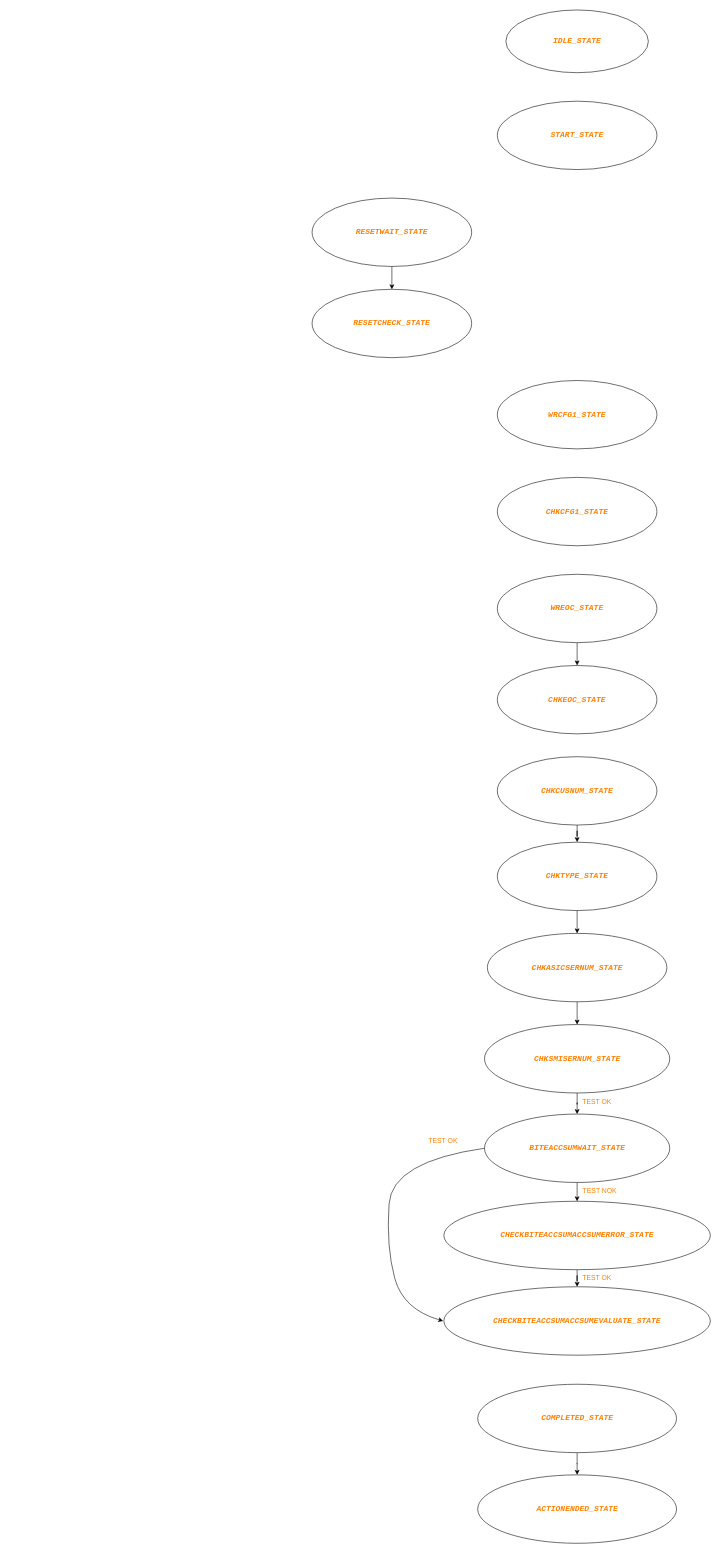
Earlier version of the draw.io diagram smi8xx_staction.drawio (woshitanwang/pics_procdure). Source tidied: cells renumbered, new cells numbered last; positions are measured from the earlier drawing's top-left corner, leaving out a move shared by most shapes. Both pictures are drawn from the tidied source at 57%, with x=0, y=0 at pixel (312, 10).
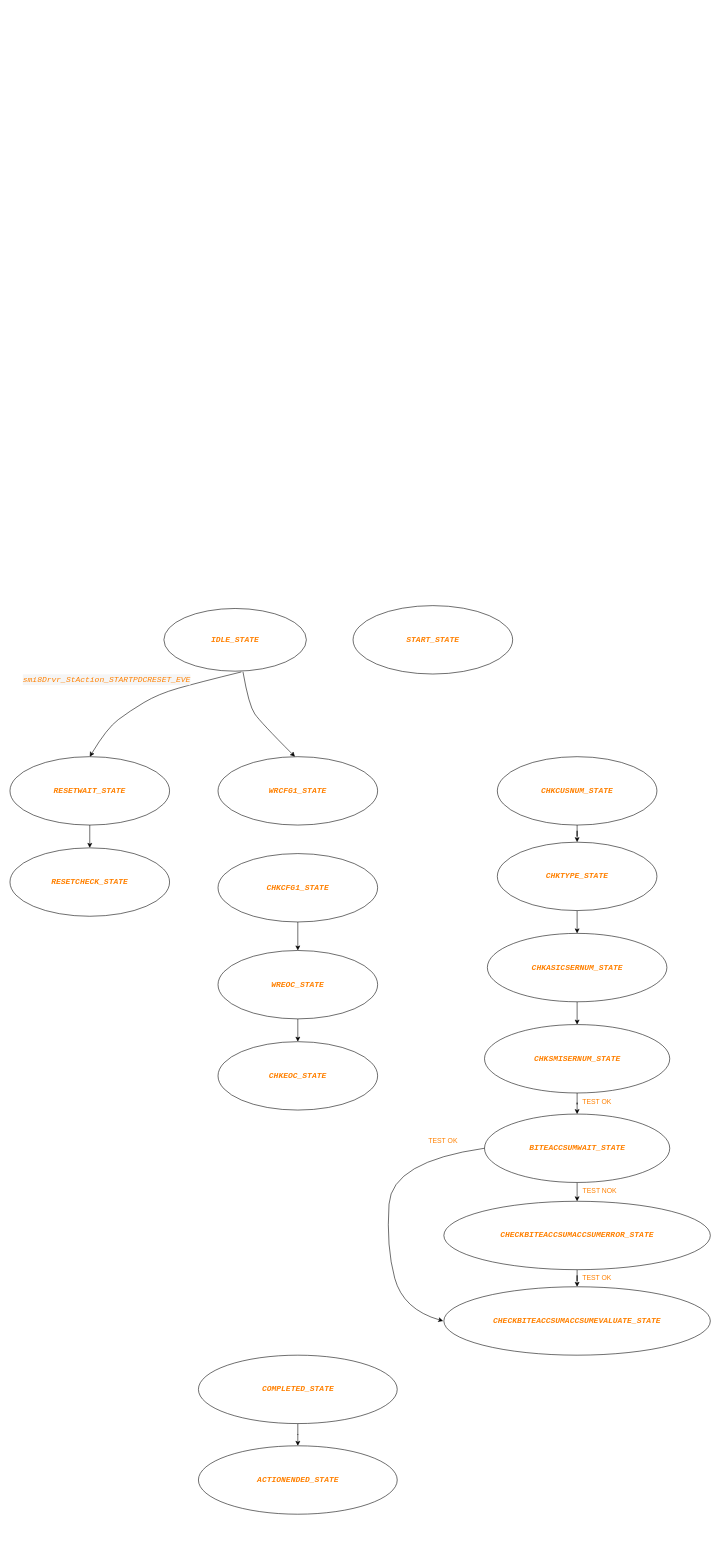
The same page after the edit.

Change to the diagram source:
```diff
@@
     <mxCell id="2" value="&lt;p style=&quot;font-family: &amp;#34;consolas&amp;#34; , &amp;#34;courier new&amp;#34; , monospace ; font-size: 14px ; line-height: 19px&quot;&gt;&lt;span style=&quot;font-style: italic&quot;&gt;&lt;b&gt;&lt;font color=&quot;#ff8000&quot;&gt;IDLE_STATE&lt;/font&gt;&lt;/b&gt;&lt;/span&gt;&lt;/p&gt;" style="ellipse;whiteSpace=wrap;html=1;" parent="1" vertex="1">
-      <mxGeometry x="340" width="250" height="110" as="geometry" />
+      <mxGeometry x="-260" y="1050" width="250" height="110" as="geometry" />
     </mxCell>
     <mxCell id="3" value="&lt;p style=&quot;line-height: 19px&quot;&gt;&lt;font face=&quot;consolas, courier new, monospace&quot;&gt;&lt;span style=&quot;font-size: 14px&quot;&gt;&lt;b&gt;&lt;i&gt;&lt;font color=&quot;#ff8000&quot;&gt;START_STATE&lt;/font&gt;&lt;/i&gt;&lt;/b&gt;&lt;/span&gt;&lt;/font&gt;&lt;br&gt;&lt;/p&gt;" style="ellipse;whiteSpace=wrap;html=1;" parent="1" vertex="1">
-      <mxGeometry x="325" y="160" width="280" height="120" as="geometry" />
+      <mxGeometry x="71.9" y="1045" width="280" height="120" as="geometry" />
     </mxCell>
@@
     <mxCell id="5" value="&lt;p style=&quot;line-height: 19px&quot;&gt;&lt;font face=&quot;consolas, courier new, monospace&quot;&gt;&lt;span style=&quot;font-size: 14px&quot;&gt;&lt;b&gt;&lt;i&gt;&lt;font color=&quot;#ff8000&quot;&gt;RESETWAIT_STATE&lt;/font&gt;&lt;/i&gt;&lt;/b&gt;&lt;/span&gt;&lt;/font&gt;&lt;br&gt;&lt;/p&gt;" style="ellipse;whiteSpace=wrap;html=1;" parent="1" vertex="1">
-      <mxGeometry y="330" width="280" height="120" as="geometry" />
+      <mxGeometry x="-530" y="1310" width="280" height="120" as="geometry" />
     </mxCell>
     <mxCell id="6" value="&lt;p style=&quot;line-height: 19px&quot;&gt;&lt;font face=&quot;consolas, courier new, monospace&quot;&gt;&lt;span style=&quot;font-size: 14px&quot;&gt;&lt;b&gt;&lt;i&gt;&lt;font color=&quot;#ff8000&quot;&gt;RESETCHECK_STATE&lt;/font&gt;&lt;/i&gt;&lt;/b&gt;&lt;/span&gt;&lt;/font&gt;&lt;br&gt;&lt;/p&gt;" style="ellipse;whiteSpace=wrap;html=1;" parent="1" vertex="1">
-      <mxGeometry y="490" width="280" height="120" as="geometry" />
+      <mxGeometry x="-530" y="1470" width="280" height="120" as="geometry" />
     </mxCell>
     <mxCell id="7" value="&lt;p style=&quot;line-height: 19px&quot;&gt;&lt;font face=&quot;consolas, courier new, monospace&quot;&gt;&lt;span style=&quot;font-size: 14px&quot;&gt;&lt;b&gt;&lt;i&gt;&lt;font color=&quot;#ff8000&quot;&gt;WRCFG1_STATE&lt;/font&gt;&lt;/i&gt;&lt;/b&gt;&lt;/span&gt;&lt;/font&gt;&lt;br&gt;&lt;/p&gt;" style="ellipse;whiteSpace=wrap;html=1;" parent="1" vertex="1">
-      <mxGeometry x="325" y="650" width="280" height="120" as="geometry" />
+      <mxGeometry x="-165" y="1310" width="280" height="120" as="geometry" />
     </mxCell>
+    <mxCell id="33" style="edgeStyle=orthogonalEdgeStyle;rounded=0;jettySize=auto;html=1;fontColor=#FF8000;" parent="1" edge="1" source="8" target="10">
+      <mxGeometry relative="1" as="geometry" />
+    </mxCell>
     <mxCell id="8" value="&lt;p style=&quot;line-height: 19px&quot;&gt;&lt;font face=&quot;consolas, courier new, monospace&quot;&gt;&lt;span style=&quot;font-size: 14px&quot;&gt;&lt;b&gt;&lt;i&gt;&lt;font color=&quot;#ff8000&quot;&gt;CHKCFG1_STATE&lt;/font&gt;&lt;/i&gt;&lt;/b&gt;&lt;/span&gt;&lt;/font&gt;&lt;br&gt;&lt;/p&gt;" style="ellipse;whiteSpace=wrap;html=1;" parent="1" vertex="1">
-      <mxGeometry x="325" y="820" width="280" height="120" as="geometry" />
+      <mxGeometry x="-165" y="1480" width="280" height="120" as="geometry" />
     </mxCell>
@@
     <mxCell id="10" value="&lt;p style=&quot;line-height: 19px&quot;&gt;&lt;font face=&quot;consolas, courier new, monospace&quot;&gt;&lt;span style=&quot;font-size: 14px&quot;&gt;&lt;b&gt;&lt;i&gt;&lt;font color=&quot;#ff8000&quot;&gt;WREOC_STATE&lt;/font&gt;&lt;/i&gt;&lt;/b&gt;&lt;/span&gt;&lt;/font&gt;&lt;br&gt;&lt;/p&gt;" style="ellipse;whiteSpace=wrap;html=1;" parent="1" vertex="1">
-      <mxGeometry x="325" y="990" width="280" height="120" as="geometry" />
+      <mxGeometry x="-165" y="1650" width="280" height="120" as="geometry" />
     </mxCell>
     <mxCell id="11" value="&lt;p style=&quot;line-height: 19px&quot;&gt;&lt;font face=&quot;consolas, courier new, monospace&quot;&gt;&lt;span style=&quot;font-size: 14px&quot;&gt;&lt;b&gt;&lt;i&gt;&lt;font color=&quot;#ff8000&quot;&gt;CHKEOC_STATE&lt;/font&gt;&lt;/i&gt;&lt;/b&gt;&lt;/span&gt;&lt;/font&gt;&lt;br&gt;&lt;/p&gt;" style="ellipse;whiteSpace=wrap;html=1;" parent="1" vertex="1">
-      <mxGeometry x="325" y="1150" width="280" height="120" as="geometry" />
+      <mxGeometry x="-165" y="1810" width="280" height="120" as="geometry" />
     </mxCell>
@@
     <mxCell id="26" value="&lt;p style=&quot;line-height: 19px&quot;&gt;&lt;font face=&quot;consolas, courier new, monospace&quot;&gt;&lt;span style=&quot;font-size: 14px&quot;&gt;&lt;b&gt;&lt;i&gt;&lt;font color=&quot;#ff8000&quot;&gt;COMPLETED_STATE&lt;/font&gt;&lt;/i&gt;&lt;/b&gt;&lt;/span&gt;&lt;/font&gt;&lt;br&gt;&lt;/p&gt;" style="ellipse;whiteSpace=wrap;html=1;" parent="1" vertex="1">
-      <mxGeometry x="290.6" y="2411" width="348.8" height="120" as="geometry" />
+      <mxGeometry x="-199.4" y="2360" width="348.8" height="120" as="geometry" />
     </mxCell>
     <mxCell id="27" value="&lt;p style=&quot;line-height: 19px&quot;&gt;&lt;font face=&quot;consolas, courier new, monospace&quot;&gt;&lt;span style=&quot;font-size: 14px&quot;&gt;&lt;b&gt;&lt;i&gt;&lt;font color=&quot;#ff8000&quot;&gt;ACTIONENDED_STATE&lt;/font&gt;&lt;/i&gt;&lt;/b&gt;&lt;/span&gt;&lt;/font&gt;&lt;br&gt;&lt;/p&gt;" style="ellipse;whiteSpace=wrap;html=1;" parent="1" vertex="1">
-      <mxGeometry x="290.6" y="2570" width="348.8" height="120" as="geometry" />
+      <mxGeometry x="-199.4" y="2519" width="348.8" height="120" as="geometry" />
     </mxCell>
@@
+    <mxCell id="34" style="curved=1;endArrow=classic;html=1;rounded=0;fontColor=#FF8000;exitX=0.544;exitY=1.012;exitDx=0;exitDy=0;exitPerimeter=0;entryX=0.5;entryY=0;entryDx=0;entryDy=0;" parent="1" edge="1" source="2" target="5">
+      <mxGeometry relative="1" as="geometry">
+        <Array as="points">
+          <mxPoint x="-200" y="1180" />
+          <mxPoint x="-270" y="1200" />
+          <mxPoint x="-320" y="1230" />
+          <mxPoint x="-360" y="1260" />
+        </Array>
+      </mxGeometry>
+    </mxCell>
+    <mxCell id="35" value="&lt;div style=&quot;background-color: rgb(245, 245, 245); font-family: consolas, &amp;quot;courier new&amp;quot;, monospace; font-size: 14px; line-height: 19px;&quot;&gt;&lt;span style=&quot;font-style: italic;&quot;&gt;smi8Drvr_StAction_STARTPDCRESET_EVE&lt;/span&gt;&lt;/div&gt;" style="text;html=1;strokeColor=none;fillColor=none;align=center;verticalAlign=middle;whiteSpace=wrap;rounded=0;labelBackgroundColor=none;fontColor=#FF8000;" parent="1" vertex="1">
+      <mxGeometry x="-510" y="1160" width="300" height="30" as="geometry" />
+    </mxCell>
+    <mxCell id="36" style="curved=1;endArrow=classic;html=1;rounded=0;fontColor=#FF8000;exitX=0.555;exitY=1.009;exitDx=0;exitDy=0;exitPerimeter=0;entryX=0.482;entryY=0;entryDx=0;entryDy=0;entryPerimeter=0;" parent="1" edge="1" source="2" target="7">
+      <mxGeometry relative="1" as="geometry">
+        <Array as="points">
+          <mxPoint x="-111" y="1220" />
+          <mxPoint x="-90" y="1250" />
+        </Array>
+      </mxGeometry>
+    </mxCell>
```
